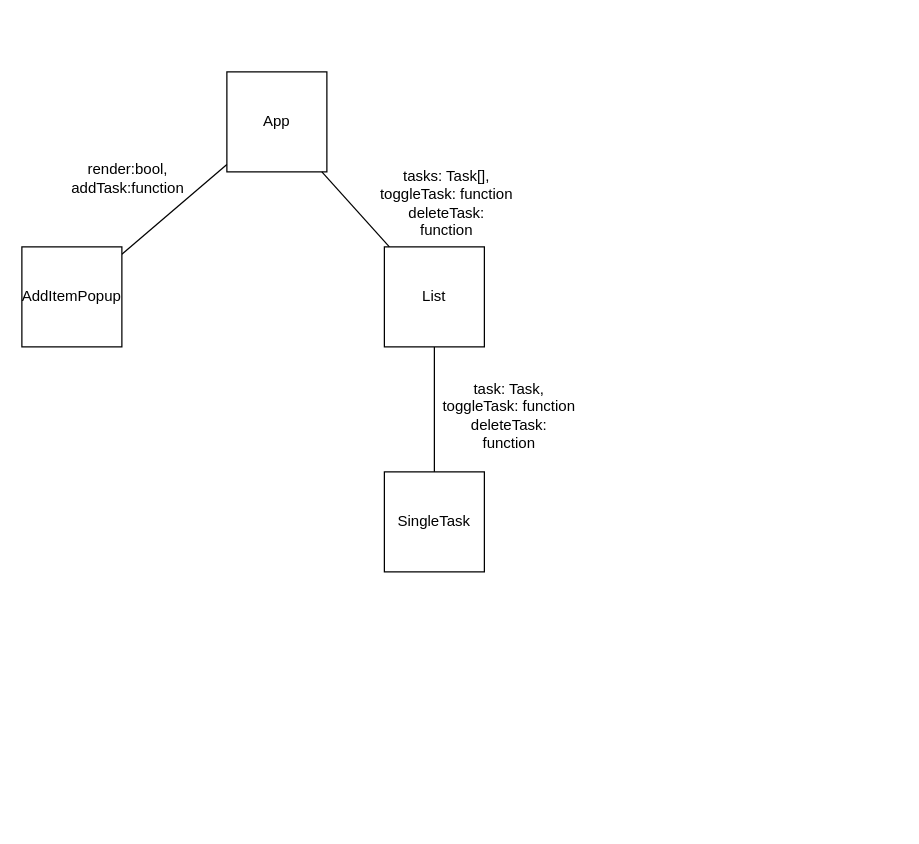
Earlier version of the draw.io diagram React/List02/task2.drawio (wojwozniak/university). Source tidied: cells renumbered, new cells numbered last; positions are measured from the earlier drawing's top-left corner, leaving out a move shared by most shapes. Both pictures are drawn from the tidied source at 125%, with x=0, y=0 at pixel (21, 71).
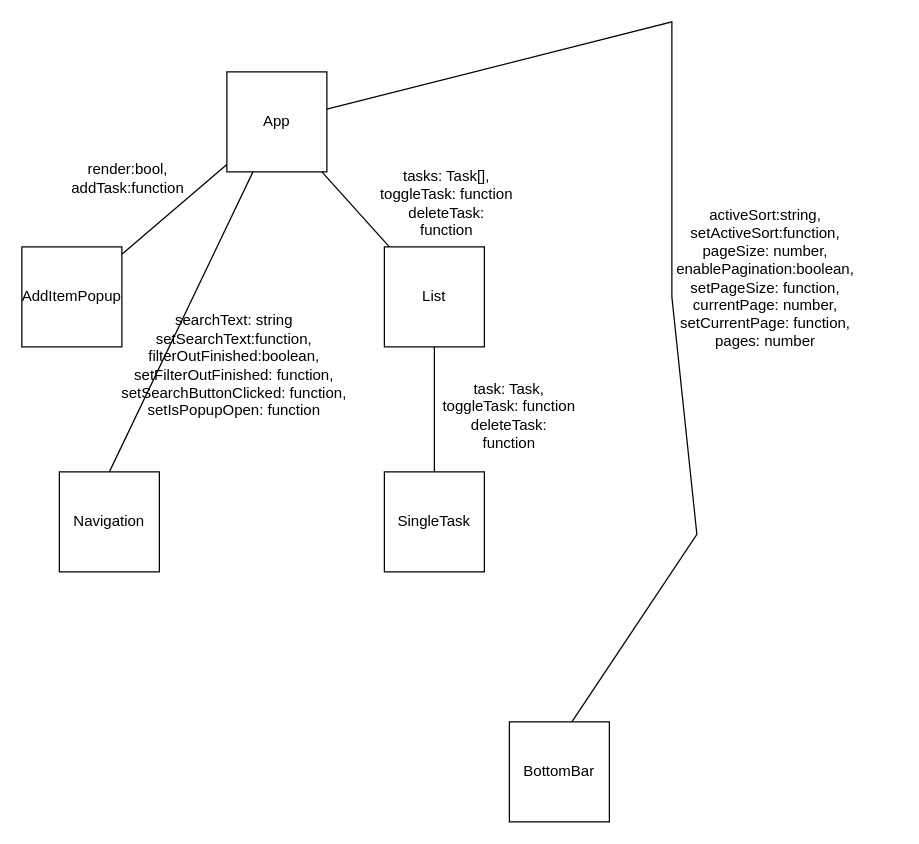
The same diagram, later.

The change refers to these unchanged cells:
```xml
<mxCell id="2" value="App" style="whiteSpace=wrap;html=1;" parent="1" vertex="1">
  <mxGeometry x="164" width="80" height="80" as="geometry" />
</mxCell>
```

Diff of the diagram source:
```diff
@@
+    <mxCell id="12" style="endArrow=none;html=1;rounded=0;exitX=0.5;exitY=0;exitDx=0;exitDy=0;" parent="1" edge="1" source="13" target="2">
+      <mxGeometry relative="1" as="geometry" />
+    </mxCell>
+    <mxCell id="13" value="Navigation" style="whiteSpace=wrap;html=1;" parent="1" vertex="1">
+      <mxGeometry x="30" y="320" width="80" height="80" as="geometry" />
+    </mxCell>
+    <mxCell id="14" value="searchText: string&lt;div&gt;setSearchText:function,&lt;/div&gt;&lt;div&gt;filterOutFinished:boolean,&lt;/div&gt;&lt;div&gt;setFilterOutFinished: function,&lt;/div&gt;&lt;div&gt;setSearchButtonClicked: function,&lt;/div&gt;&lt;div&gt;setIsPopupOpen: function&lt;/div&gt;" style="text;html=1;align=center;verticalAlign=middle;whiteSpace=wrap;rounded=0;" parent="1" vertex="1">
+      <mxGeometry x="60" y="150" width="220" height="170" as="geometry" />
+    </mxCell>
+    <mxCell id="15" style="endArrow=none;html=1;rounded=0;" parent="1" edge="1" target="2">
+      <mxGeometry relative="1" as="geometry">
+        <mxPoint x="440" y="520" as="sourcePoint" />
+        <Array as="points">
+          <mxPoint x="540" y="370" />
+          <mxPoint x="520" y="180" />
+          <mxPoint x="520" y="-40" />
+        </Array>
+      </mxGeometry>
+    </mxCell>
+    <mxCell id="16" value="BottomBar" style="whiteSpace=wrap;html=1;" parent="1" vertex="1">
+      <mxGeometry x="390" y="520" width="80" height="80" as="geometry" />
+    </mxCell>
+    <mxCell id="17" value="activeSort:string,&lt;div&gt;setActiveSort:function,&lt;/div&gt;&lt;div&gt;pageSize: number,&lt;/div&gt;&lt;div&gt;enablePagination:boolean,&lt;/div&gt;&lt;div&gt;setPageSize: function,&lt;/div&gt;&lt;div&gt;currentPage: number,&lt;/div&gt;&lt;div&gt;setCurrentPage: function,&lt;/div&gt;&lt;div&gt;pages: number&lt;/div&gt;" style="text;html=1;align=center;verticalAlign=middle;whiteSpace=wrap;rounded=0;" parent="1" vertex="1">
+      <mxGeometry x="490" y="70" width="210" height="190" as="geometry" />
+    </mxCell>
```
